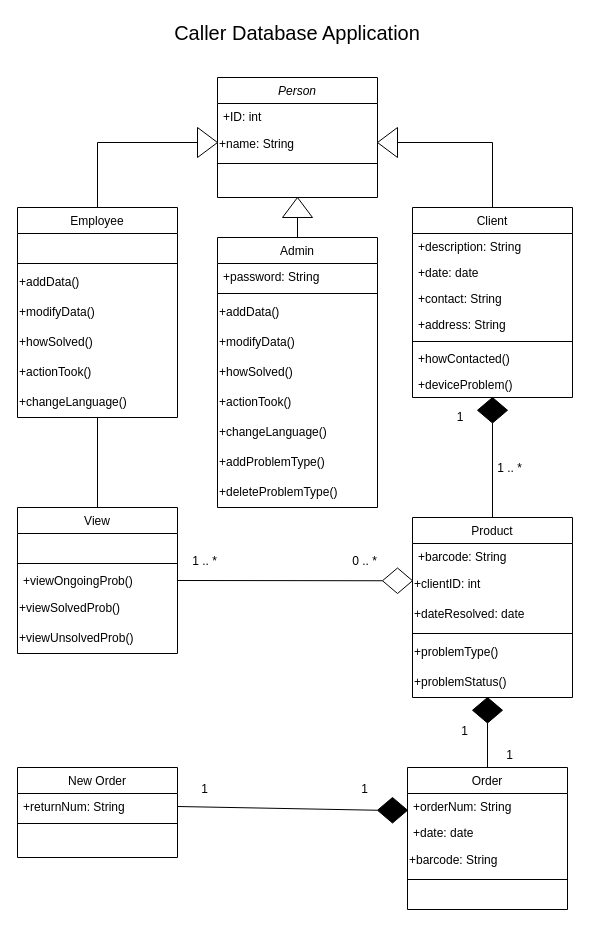
Earlier version of the draw.io diagram deliverable 6/Class_Diagram.drawio (D3153/SystemDevTermProject). Source tidied: cells renumbered, new cells numbered last; positions are measured from the earlier drawing's top-left corner, leaving out a move shared by most shapes. Both pictures are drawn from the tidied source at 100%, with x=0, y=0 at pixel (17, 17).
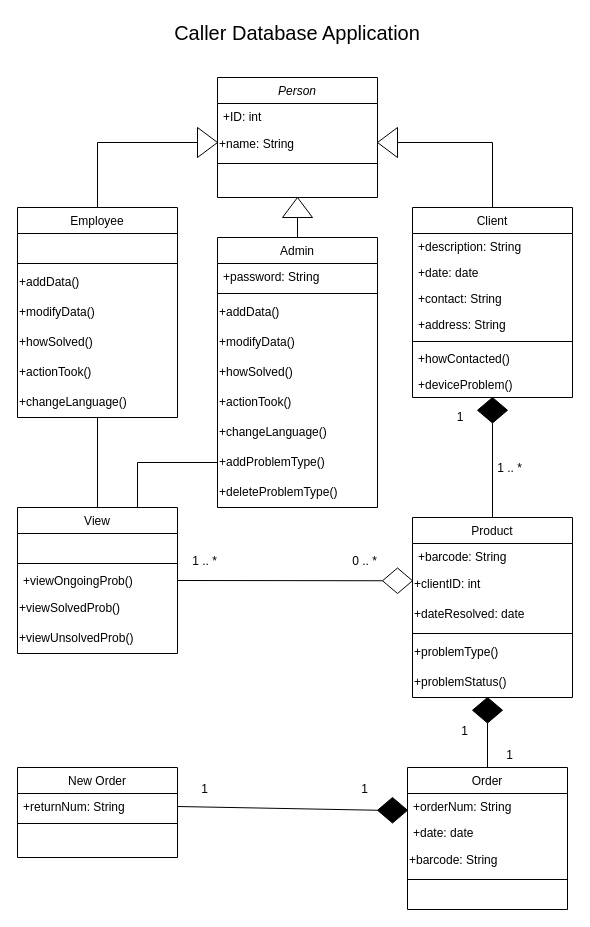
The same page after the edit.

Commit message (it also covers changes not shown here):
Finalized del 6 doc and updated draw.io files

Unchanged cells that the change refers to:
```xml
<mxCell id="38" value="View" style="swimlane;fontStyle=0;align=center;verticalAlign=top;horizontal=1;startSize=26;rounded=0;shadow=0;strokeWidth=1;" parent="1" vertex="1">
  <mxGeometry y="490" width="160" height="146" as="geometry" />
</mxCell>
<mxCell id="74" value="+addProblemType()" style="text;html=1;strokeColor=none;fillColor=none;align=left;verticalAlign=middle;whiteSpace=wrap;rounded=0;" parent="66" vertex="1">
  <mxGeometry y="210" width="160" height="30" as="geometry" />
</mxCell>
```

Diff of the diagram source:
```diff
@@
+    <mxCell id="78" style="endArrow=none;html=1;rounded=0;entryX=0;entryY=0.5;entryDx=0;entryDy=0;exitX=0.75;exitY=0;exitDx=0;exitDy=0;" parent="1" edge="1" source="38" target="74">
+      <mxGeometry relative="1" as="geometry">
+        <Array as="points">
+          <mxPoint x="120" y="445" />
+        </Array>
+      </mxGeometry>
+    </mxCell>
```
